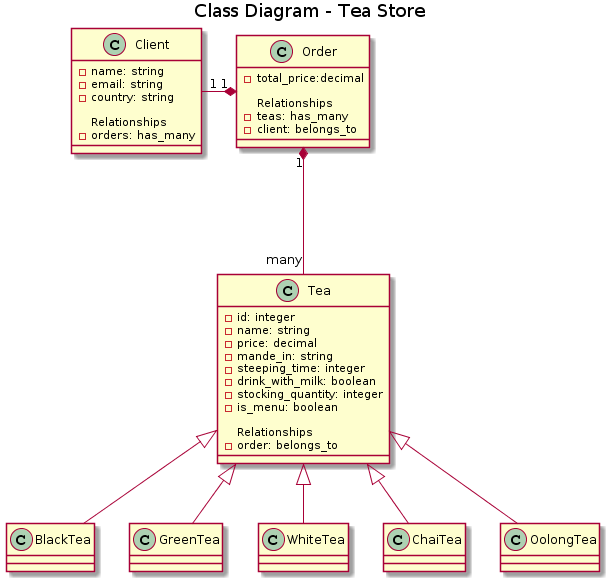
The PlantUML diagram uml/class-diagram-models-onlytea.png in TomazMartins/tea-store, before a commit.
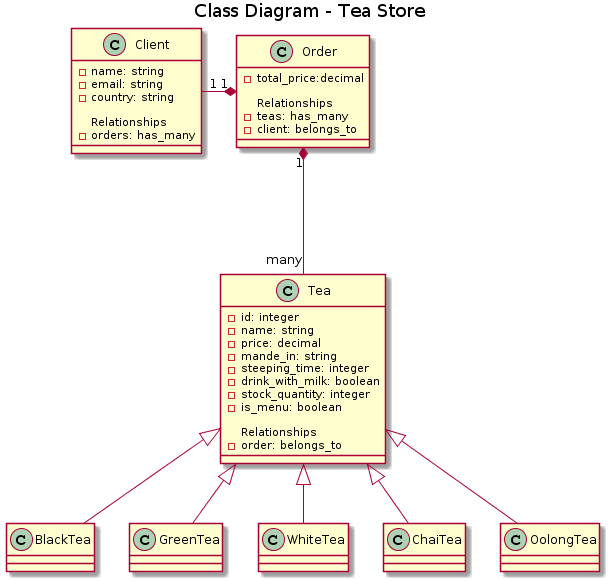
After the commit.

Commit message:
Atualizando diagrama de classes

Change to the diagram source:
```diff
@@ -15,7 +15,7 @@
 - mande_in: string
 - steeping_time: integer
 - drink_with_milk: boolean
--stocking_quantity: integer
+-stock_quantity: integer
 - is_menu: boolean
 
   ..Relationships..
```
